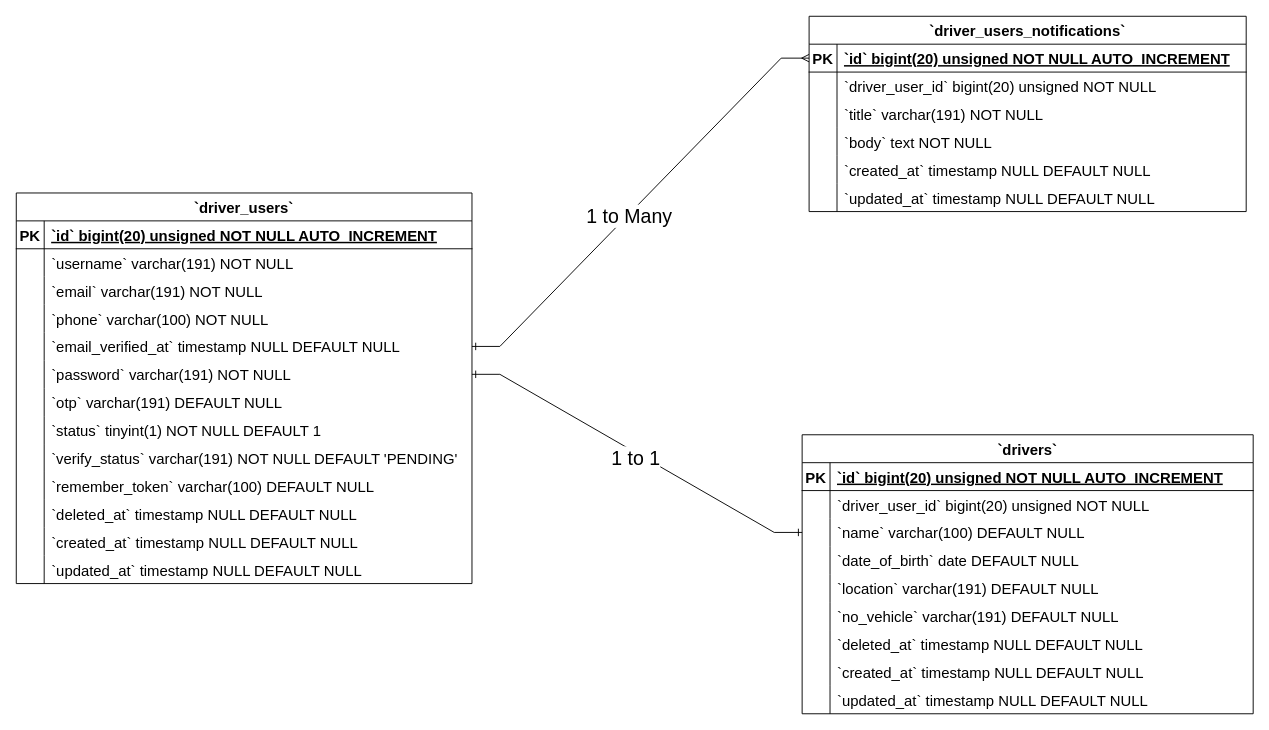
The draw.io diagram Driver Users ERD Diagram.drawio in Simasco/diagram, before the edit. Source tidied: cells renumbered, new cells numbered last; positions are measured from the earlier drawing's top-left corner, leaving out a move shared by most shapes. Both pictures are drawn from the tidied source at 93%, with x=0, y=0 at pixel (16, 16).
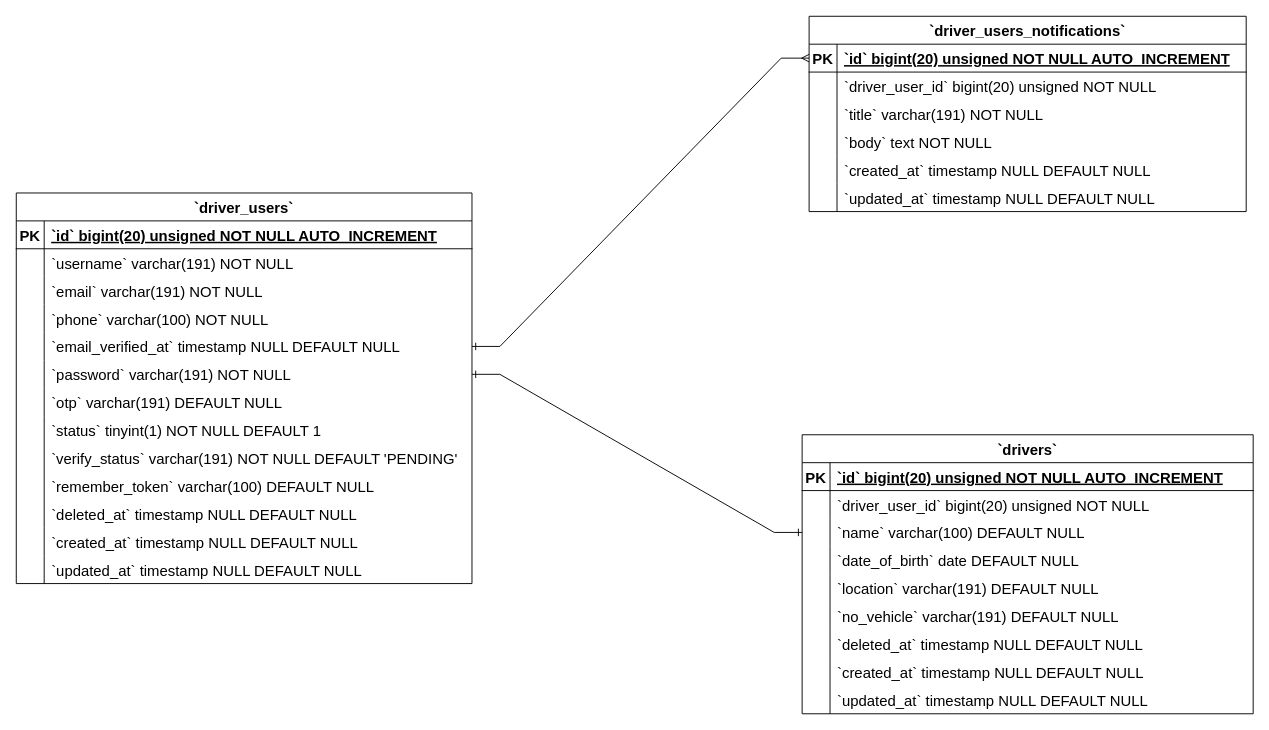
Above is the later version.

The change refers to these unchanged cells:
```xml
<mxCell id="89" style="edgeStyle=entityRelationEdgeStyle;fontSize=12;html=1;endArrow=ERone;startArrow=ERone;rounded=0;exitX=1;exitY=0.5;exitDx=0;exitDy=0;entryX=0;entryY=0.5;entryDx=0;entryDy=0;startFill=0;endFill=0;" parent="1" edge="1" source="18" target="68">
  <mxGeometry relative="1" as="geometry" />
</mxCell>
<mxCell id="91" style="edgeStyle=entityRelationEdgeStyle;fontSize=12;html=1;endArrow=ERmany;rounded=0;exitX=1;exitY=0.5;exitDx=0;exitDy=0;entryX=0;entryY=0.5;entryDx=0;entryDy=0;endFill=0;startArrow=ERone;startFill=0;" parent="1" edge="1" source="15" target="43">
  <mxGeometry relative="1" as="geometry" />
</mxCell>
```

The edit, as a diff of the source:
```diff
@@
-    <mxCell id="90" value="&lt;font style=&quot;font-size: 21px;&quot;&gt;1 to 1&lt;/font&gt;" style="edgeLabel;html=1;align=center;verticalAlign=middle;fontSize=21;" parent="89" vertex="1">
-      <mxGeometry y="-5" relative="1" as="geometry">
-        <mxPoint x="1" as="offset" />
-      </mxGeometry>
-    </mxCell>
@@
-    <mxCell id="92" value="&lt;font style=&quot;font-size: 21px;&quot;&gt;1 to Many&lt;/font&gt;" style="edgeLabel;html=1;align=center;verticalAlign=middle;" parent="91" vertex="1">
-      <mxGeometry x="-0.08" y="-1" relative="1" as="geometry" />
-    </mxCell>
```
